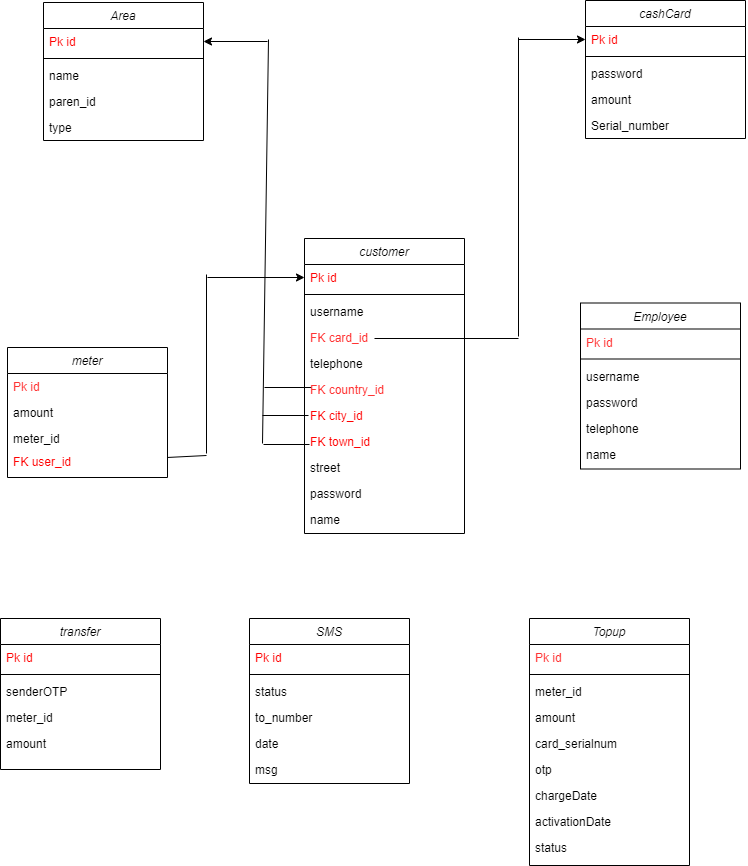
shamaabuhassan/Charts keeps this draw.io diagram as Untitled Diagram (1).png. Above is the earlier version. Source tidied: cells renumbered, new cells last; positions are measured from the earlier drawing's top-left corner, leaving out a move shared by most shapes.
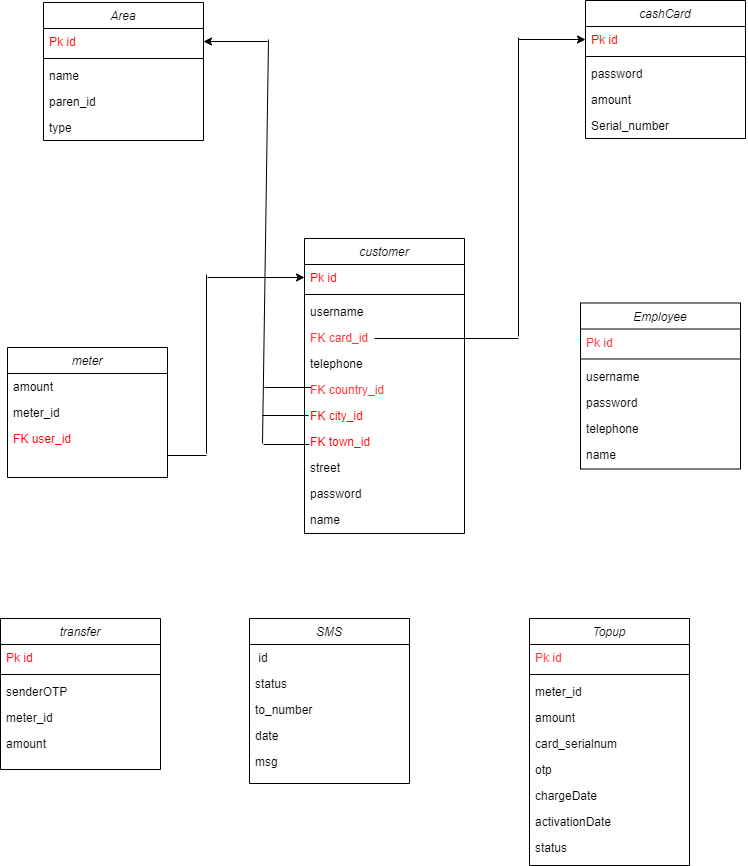
The same diagram one commit later.

Diff of the diagram source:
```diff
@@ -23,23 +23,20 @@
     <mxCell id="8" value="SMS" style="swimlane;fontStyle=2;align=center;verticalAlign=top;horizontal=1;startSize=26;rounded=0;shadow=0;strokeWidth=1;" parent="1" vertex="1">
       <mxGeometry x="249" y="618" width="160" height="165" as="geometry" />
     </mxCell>
-    <mxCell id="9" value="Pk id" style="text;align=left;verticalAlign=top;spacingLeft=4;spacingRight=4;overflow=hidden;fontColor=#FF0000;" parent="8" vertex="1">
+    <mxCell id="9" value=" id" style="text;align=left;verticalAlign=top;spacingLeft=4;spacingRight=4;overflow=hidden;" parent="8" vertex="1">
       <mxGeometry y="26" width="160" height="26" as="geometry" />
     </mxCell>
-    <mxCell id="10" style="line;html=1;strokeWidth=1;align=left;verticalAlign=middle;spacingTop=-1;spacingLeft=3;spacingRight=3;labelPosition=right;" parent="8" vertex="1">
-      <mxGeometry y="52" width="160" height="8" as="geometry" />
-    </mxCell>
     <mxCell id="11" value="status" style="text;align=left;verticalAlign=top;spacingLeft=4;spacingRight=4;overflow=hidden;rounded=0;shadow=0;html=0;" parent="8" vertex="1">
-      <mxGeometry y="60" width="160" height="26" as="geometry" />
+      <mxGeometry y="52" width="160" height="26" as="geometry" />
     </mxCell>
     <mxCell id="12" value="to_number" style="text;align=left;verticalAlign=top;spacingLeft=4;spacingRight=4;overflow=hidden;rounded=0;shadow=0;html=0;" parent="8" vertex="1">
-      <mxGeometry y="86" width="160" height="26" as="geometry" />
+      <mxGeometry y="78" width="160" height="26" as="geometry" />
     </mxCell>
     <mxCell id="13" value="date" style="text;align=left;verticalAlign=top;spacingLeft=4;spacingRight=4;overflow=hidden;" parent="8" vertex="1">
-      <mxGeometry y="112" width="160" height="26" as="geometry" />
+      <mxGeometry y="104" width="160" height="26" as="geometry" />
     </mxCell>
     <mxCell id="14" value="msg" style="text;align=left;verticalAlign=top;spacingLeft=4;spacingRight=4;overflow=hidden;" parent="8" vertex="1">
-      <mxGeometry y="138" width="160" height="26" as="geometry" />
+      <mxGeometry y="130" width="160" height="26" as="geometry" />
     </mxCell>
     <mxCell id="15" value="Topup" style="swimlane;fontStyle=2;align=center;verticalAlign=top;horizontal=1;startSize=26;rounded=0;shadow=0;strokeWidth=1;" parent="1" vertex="1">
       <mxGeometry x="529" y="618" width="160" height="247" as="geometry" />
@@ -74,9 +71,6 @@
     <mxCell id="25" value="meter" style="swimlane;fontStyle=2;align=center;verticalAlign=top;horizontal=1;startSize=26;rounded=0;shadow=0;strokeWidth=1;" parent="1" vertex="1">
       <mxGeometry x="7" y="347" width="160" height="130" as="geometry" />
     </mxCell>
-    <mxCell id="26" value="Pk id" style="text;align=left;verticalAlign=top;spacingLeft=4;spacingRight=4;overflow=hidden;fontColor=#FF3333;" parent="25" vertex="1">
-      <mxGeometry y="26" width="160" height="26" as="geometry" />
-    </mxCell>
     <mxCell id="27" style="endArrow=none;html=1;rounded=0;fontColor=#FF3333;" parent="25" edge="1">
       <mxGeometry relative="1" as="geometry">
         <mxPoint x="257" y="40" as="sourcePoint" />
@@ -84,11 +78,14 @@
       </mxGeometry>
     </mxCell>
     <mxCell id="28" value="amount" style="text;align=left;verticalAlign=top;spacingLeft=4;spacingRight=4;overflow=hidden;rounded=0;shadow=0;html=0;" parent="25" vertex="1">
-      <mxGeometry y="52" width="160" height="26" as="geometry" />
+      <mxGeometry y="26" width="160" height="26" as="geometry" />
     </mxCell>
     <mxCell id="29" value="meter_id" style="text;align=left;verticalAlign=top;spacingLeft=4;spacingRight=4;overflow=hidden;rounded=0;shadow=0;html=0;" parent="25" vertex="1">
-      <mxGeometry y="78" width="160" height="26" as="geometry" />
+      <mxGeometry y="52" width="160" height="26" as="geometry" />
     </mxCell>
+    <mxCell id="62" value="FK user_id" style="text;align=left;verticalAlign=top;spacingLeft=4;spacingRight=4;overflow=hidden;points=[[0,0.5],[1,0.5]];portConstraint=eastwest;fontColor=#FF0000;" parent="25" vertex="1">
+      <mxGeometry y="78" width="160" height="26" as="geometry" />
+    </mxCell>
     <mxCell id="30" value="customer" style="swimlane;fontStyle=2;align=center;verticalAlign=top;horizontal=1;startSize=26;rounded=0;shadow=0;strokeWidth=1;" parent="1" vertex="1">
       <mxGeometry x="304" y="238" width="160" height="295" as="geometry" />
     </mxCell>
@@ -188,9 +185,6 @@
     <mxCell id="61" value="type" style="text;align=left;verticalAlign=top;spacingLeft=4;spacingRight=4;overflow=hidden;" parent="56" vertex="1">
       <mxGeometry y="112" width="160" height="26" as="geometry" />
     </mxCell>
-    <mxCell id="62" value="FK user_id" style="text;align=left;verticalAlign=top;spacingLeft=4;spacingRight=4;overflow=hidden;points=[[0,0.5],[1,0.5]];portConstraint=eastwest;fontColor=#FF0000;" parent="1" vertex="1">
-      <mxGeometry x="7" y="448" width="160" height="26" as="geometry" />
-    </mxCell>
     <mxCell id="63" style="endArrow=none;html=1;rounded=0;fontColor=#FF3333;" parent="1" edge="1">
       <mxGeometry relative="1" as="geometry">
         <mxPoint x="518" y="336" as="sourcePoint" />
@@ -225,8 +219,9 @@
         <mxPoint x="267" y="41" as="sourcePoint" />
       </mxGeometry>
     </mxCell>
-    <mxCell id="69" style="endArrow=none;html=1;fontColor=#FF0000;" parent="1" edge="1" source="62">
+    <mxCell id="69" style="endArrow=none;html=1;fontColor=#FF0000;" parent="1" edge="1">
       <mxGeometry relative="1" as="geometry">
+        <mxPoint x="167" y="455" as="sourcePoint" />
         <mxPoint x="206" y="455" as="targetPoint" />
       </mxGeometry>
     </mxCell>
```
